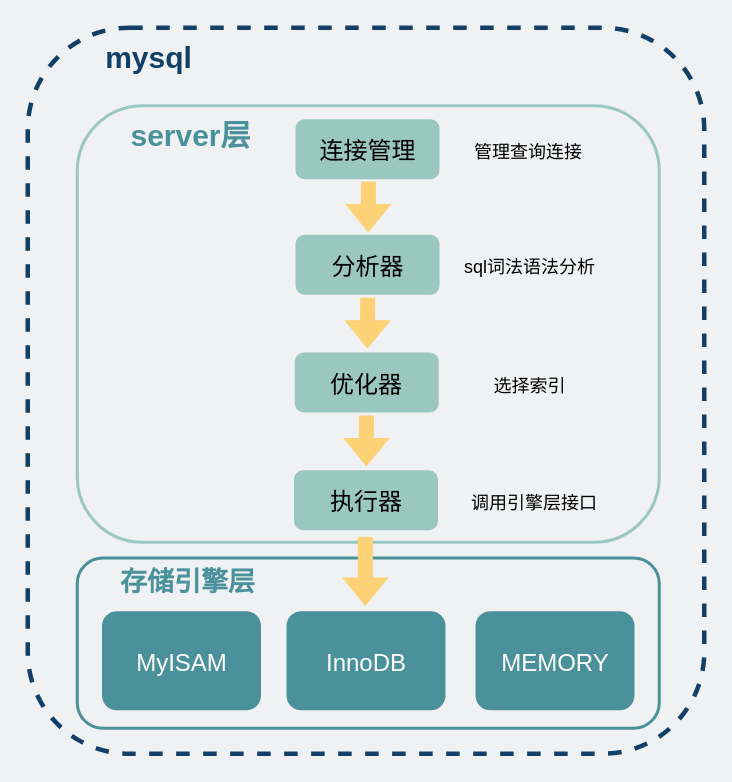
Before: network/Mysql架构2.drawio in xiaobaiTech/image, a draw.io diagram. Source tidied: cells renumbered, new cells numbered last; positions are measured from the earlier drawing's top-left corner, leaving out a move shared by most shapes. Both pictures are drawn from the tidied source at 150%, with x=0, y=0 at pixel (27, 27).
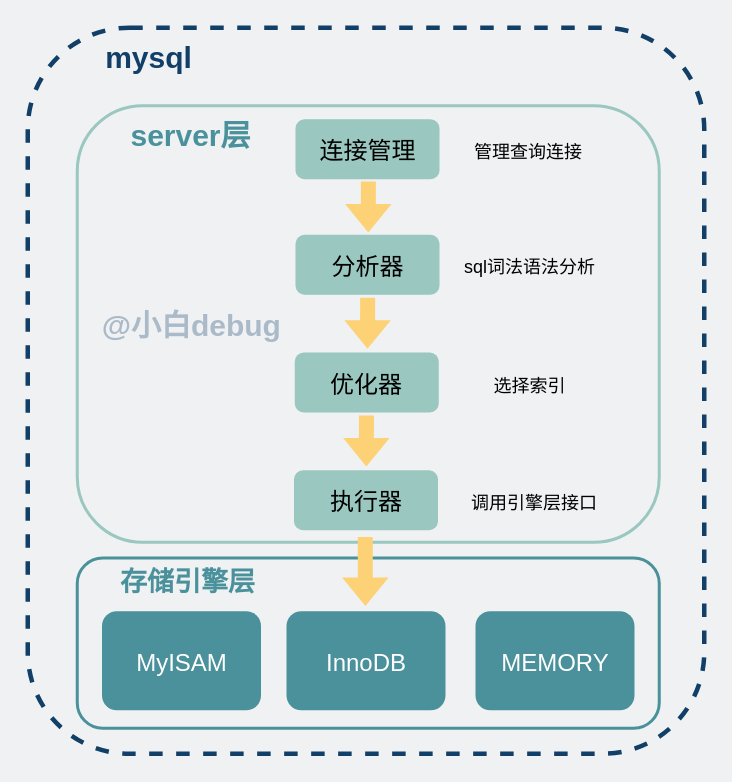
After the change.

What changed in the source:
```diff
@@
+    <mxCell id="23" value="&lt;font size=&quot;1&quot;&gt;&lt;b style=&quot;font-size: 20px;&quot;&gt;&lt;font color=&quot;#123f67&quot;&gt;@小白debug&lt;/font&gt;&lt;br&gt;&lt;/b&gt;&lt;/font&gt;" style="text;html=1;strokeColor=none;fillColor=none;align=center;verticalAlign=middle;whiteSpace=wrap;rounded=0;opacity=30;textOpacity=30;" parent="1" vertex="1">
+      <mxGeometry x="36.5" y="181.5" width="145" height="32" as="geometry" />
+    </mxCell>
```
